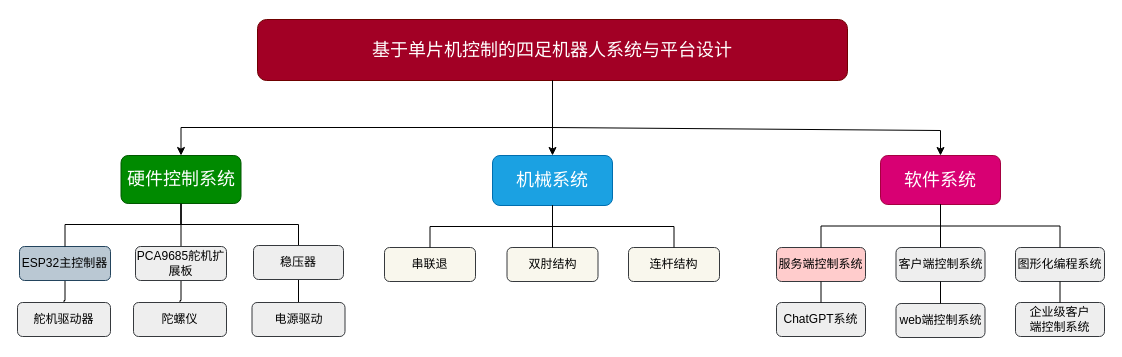
Earlier version of the draw.io diagram 四足机器人层次结构图.drawio (KAZAMA-DREAM/picture). Source tidied: cells renumbered, new cells numbered last; positions are measured from the earlier drawing's top-left corner, leaving out a move shared by most shapes. Both pictures are drawn from the tidied source at 100%, with x=0, y=0 at pixel (17, 19).
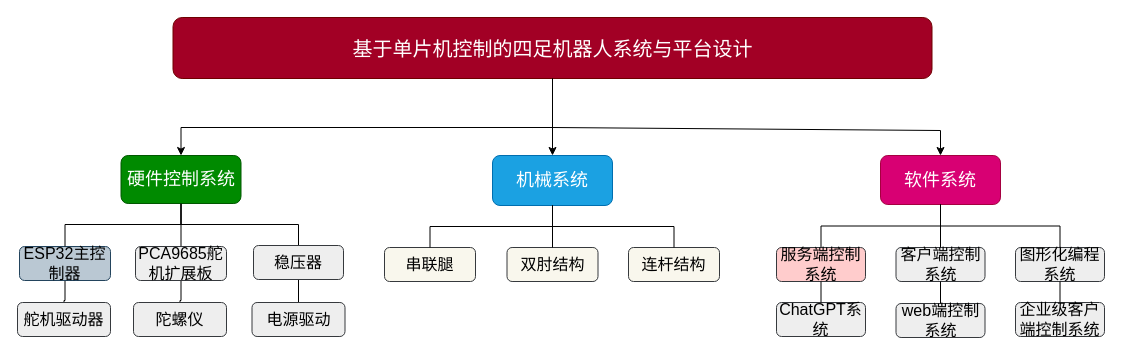
After the change.

Commit message (it also covers changes not shown here):
更新四足机器人层次结构图.drawio

Diff of the diagram source:
```diff
@@
-    <mxCell id="3" value="&lt;font style=&quot;font-size: 18px;&quot;&gt;基于单片机控制的四足机器人系统与平台设计&lt;/font&gt;" style="rounded=1;whiteSpace=wrap;html=1;fillColor=#a20025;fontColor=#ffffff;strokeColor=#6F0000;" parent="1" vertex="1">
-      <mxGeometry x="240" width="590" height="61" as="geometry" />
+    <mxCell id="3" value="&lt;font style=&quot;font-size: 20px;&quot;&gt;基于单片机控制的四足机器人系统与平台设计&lt;/font&gt;" style="rounded=1;whiteSpace=wrap;html=1;fillColor=#a20025;fontColor=#ffffff;strokeColor=#6F0000;" parent="1" vertex="1">
+      <mxGeometry x="155.5" y="-2" width="759" height="61" as="geometry" />
     </mxCell>
@@
-    <mxCell id="12" value="ESP32主控制器" style="rounded=1;whiteSpace=wrap;html=1;fillColor=#bac8d3;strokeColor=#23445d;" parent="1" vertex="1">
+    <mxCell id="12" value="&lt;font style=&quot;font-size: 16px;&quot;&gt;ESP32主控制器&lt;/font&gt;" style="rounded=1;whiteSpace=wrap;html=1;fillColor=#bac8d3;strokeColor=#23445d;" parent="1" vertex="1">
       <mxGeometry x="2" y="227" width="91" height="34" as="geometry" />
     </mxCell>
@@
-    <mxCell id="14" value="PCA9685舵机扩展板" style="rounded=1;whiteSpace=wrap;html=1;fillColor=#eeeeee;strokeColor=#36393d;" parent="1" vertex="1">
+    <mxCell id="14" value="&lt;font style=&quot;font-size: 16px;&quot;&gt;PCA9685舵机扩展板&lt;/font&gt;" style="rounded=1;whiteSpace=wrap;html=1;fillColor=#eeeeee;strokeColor=#36393d;" parent="1" vertex="1">
       <mxGeometry x="118" y="227" width="91" height="34" as="geometry" />
     </mxCell>
-    <mxCell id="15" value="陀螺仪" style="rounded=1;whiteSpace=wrap;html=1;fillColor=#eeeeee;strokeColor=#36393d;" parent="1" vertex="1">
+    <mxCell id="15" value="&lt;font style=&quot;font-size: 16px;&quot;&gt;陀螺仪&lt;/font&gt;" style="rounded=1;whiteSpace=wrap;html=1;fillColor=#eeeeee;strokeColor=#36393d;" parent="1" vertex="1">
       <mxGeometry x="116" y="283" width="93" height="34" as="geometry" />
     </mxCell>
@@
-    <mxCell id="17" value="稳压器" style="rounded=1;whiteSpace=wrap;html=1;fillColor=#eeeeee;strokeColor=#36393d;" parent="1" vertex="1">
+    <mxCell id="17" value="&lt;font style=&quot;font-size: 16px;&quot;&gt;稳压器&lt;/font&gt;" style="rounded=1;whiteSpace=wrap;html=1;fillColor=#eeeeee;strokeColor=#36393d;" parent="1" vertex="1">
       <mxGeometry x="236" y="226" width="90" height="34" as="geometry" />
     </mxCell>
-    <mxCell id="18" value="web端控制系统" style="rounded=1;whiteSpace=wrap;html=1;fillColor=#eeeeee;strokeColor=#36393d;" parent="1" vertex="1">
+    <mxCell id="18" value="&lt;font style=&quot;font-size: 16px;&quot;&gt;web端控制系统&lt;/font&gt;" style="rounded=1;whiteSpace=wrap;html=1;fillColor=#eeeeee;strokeColor=#36393d;" parent="1" vertex="1">
       <mxGeometry x="878.5" y="284" width="89" height="34" as="geometry" />
     </mxCell>
-    <mxCell id="19" value="客户端控制系统" style="rounded=1;whiteSpace=wrap;html=1;fillColor=#eeeeee;strokeColor=#36393d;" parent="1" vertex="1">
+    <mxCell id="19" value="&lt;font style=&quot;font-size: 16px;&quot;&gt;客户端控制系统&lt;/font&gt;" style="rounded=1;whiteSpace=wrap;html=1;fillColor=#eeeeee;strokeColor=#36393d;" parent="1" vertex="1">
       <mxGeometry x="878.5" y="228" width="89" height="34" as="geometry" />
     </mxCell>
-    <mxCell id="20" value="服务端控制系统" style="rounded=1;whiteSpace=wrap;html=1;fillColor=#ffcccc;strokeColor=#36393d;" parent="1" vertex="1">
+    <mxCell id="20" value="&lt;font style=&quot;font-size: 16px;&quot;&gt;服务端控制系统&lt;/font&gt;" style="rounded=1;whiteSpace=wrap;html=1;fillColor=#ffcccc;strokeColor=#36393d;" parent="1" vertex="1">
       <mxGeometry x="759" y="228" width="89" height="34" as="geometry" />
     </mxCell>
-    <mxCell id="21" value="图形化编程系统" style="rounded=1;whiteSpace=wrap;html=1;fillColor=#eeeeee;strokeColor=#36393d;" parent="1" vertex="1">
+    <mxCell id="21" value="&lt;font style=&quot;font-size: 16px;&quot;&gt;图形化编程系统&lt;/font&gt;" style="rounded=1;whiteSpace=wrap;html=1;fillColor=#eeeeee;strokeColor=#36393d;" parent="1" vertex="1">
       <mxGeometry x="998" y="228" width="89" height="34" as="geometry" />
     </mxCell>
-    <mxCell id="22" value="ChatGPT系统" style="rounded=1;whiteSpace=wrap;html=1;fillColor=#eeeeee;strokeColor=#36393d;" parent="1" vertex="1">
+    <mxCell id="22" value="&lt;font style=&quot;font-size: 16px;&quot;&gt;ChatGPT系统&lt;/font&gt;" style="rounded=1;whiteSpace=wrap;html=1;fillColor=#eeeeee;strokeColor=#36393d;" parent="1" vertex="1">
       <mxGeometry x="759" y="283" width="89" height="34" as="geometry" />
     </mxCell>
-    <mxCell id="23" value="舵机驱动器" style="rounded=1;whiteSpace=wrap;html=1;fillColor=#eeeeee;strokeColor=#36393d;" parent="1" vertex="1">
+    <mxCell id="23" value="&lt;font style=&quot;font-size: 16px;&quot;&gt;舵机驱动器&lt;/font&gt;" style="rounded=1;whiteSpace=wrap;html=1;fillColor=#eeeeee;strokeColor=#36393d;" parent="1" vertex="1">
       <mxGeometry y="283" width="93" height="34" as="geometry" />
     </mxCell>
-    <mxCell id="24" value="电源驱动" style="rounded=1;whiteSpace=wrap;html=1;fillColor=#eeeeee;strokeColor=#36393d;" parent="1" vertex="1">
+    <mxCell id="24" value="&lt;font style=&quot;font-size: 16px;&quot;&gt;电源驱动&lt;/font&gt;" style="rounded=1;whiteSpace=wrap;html=1;fillColor=#eeeeee;strokeColor=#36393d;" parent="1" vertex="1">
       <mxGeometry x="234.5" y="283" width="93" height="34" as="geometry" />
     </mxCell>
-    <mxCell id="25" value="串联退" style="rounded=1;whiteSpace=wrap;html=1;fillColor=#f9f7ed;strokeColor=#36393d;" parent="1" vertex="1">
+    <mxCell id="25" value="&lt;font style=&quot;font-size: 16px;&quot;&gt;串联腿&lt;/font&gt;" style="rounded=1;whiteSpace=wrap;html=1;fillColor=#f9f7ed;strokeColor=#36393d;" parent="1" vertex="1">
       <mxGeometry x="367" y="228" width="91" height="34" as="geometry" />
     </mxCell>
-    <mxCell id="26" value="双肘结构" style="rounded=1;whiteSpace=wrap;html=1;fillColor=#f9f7ed;strokeColor=#36393d;" parent="1" vertex="1">
+    <mxCell id="26" value="&lt;font style=&quot;font-size: 16px;&quot;&gt;双肘结构&lt;/font&gt;" style="rounded=1;whiteSpace=wrap;html=1;fillColor=#f9f7ed;strokeColor=#36393d;" parent="1" vertex="1">
       <mxGeometry x="489.5" y="228" width="91" height="34" as="geometry" />
     </mxCell>
-    <mxCell id="27" value="连杆结构" style="rounded=1;whiteSpace=wrap;html=1;fillColor=#f9f7ed;strokeColor=#36393d;" parent="1" vertex="1">
+    <mxCell id="27" value="&lt;font style=&quot;font-size: 16px;&quot;&gt;连杆结构&lt;/font&gt;" style="rounded=1;whiteSpace=wrap;html=1;fillColor=#f9f7ed;strokeColor=#36393d;" parent="1" vertex="1">
       <mxGeometry x="611" y="228" width="91" height="34" as="geometry" />
     </mxCell>
-    <mxCell id="28" value="企业级客户&lt;br&gt;端控制系统" style="rounded=1;whiteSpace=wrap;html=1;fillColor=#eeeeee;strokeColor=#36393d;" parent="1" vertex="1">
+    <mxCell id="28" value="&lt;font style=&quot;font-size: 16px;&quot;&gt;企业级客户&lt;br&gt;端控制系统&lt;/font&gt;" style="rounded=1;whiteSpace=wrap;html=1;fillColor=#eeeeee;strokeColor=#36393d;" parent="1" vertex="1">
       <mxGeometry x="998" y="283" width="89" height="34" as="geometry" />
     </mxCell>
```
